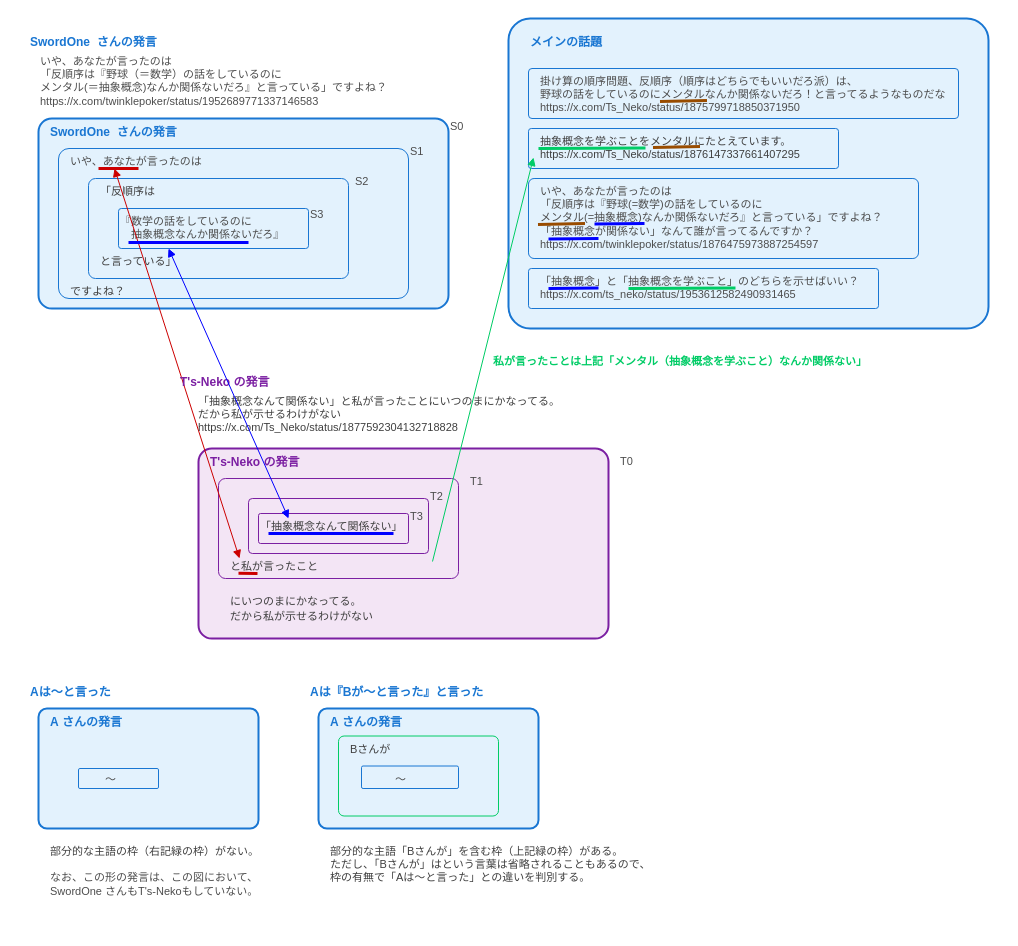
Earlier version of the draw.io diagram X-conversation/swordone/files/structure2.drawio (Takakiriy/documents). Source tidied: cells renumbered, new cells numbered last; positions are measured from the earlier drawing's top-left corner, leaving out a move shared by most shapes. Both pictures are drawn from the tidied source at 100%, with x=0, y=0 at pixel (18, 18).
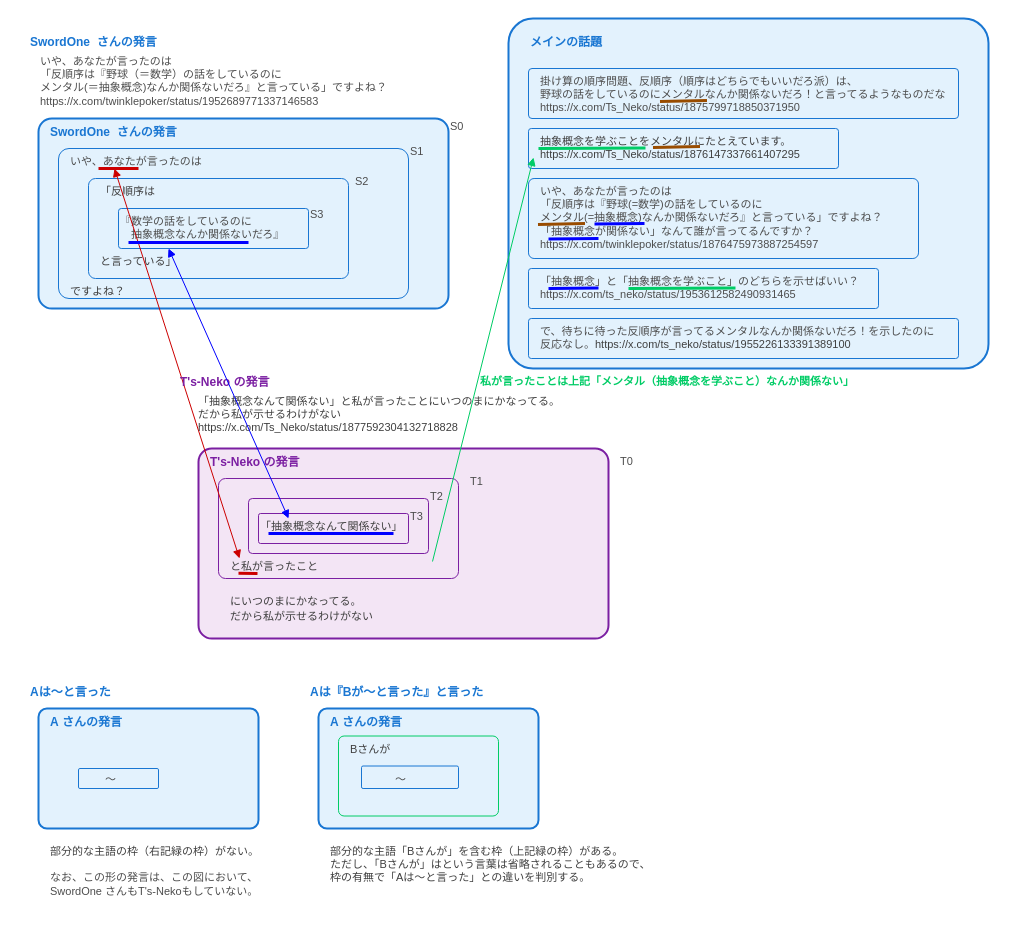
The same page after the edit.

Diff of the diagram source:
```diff
@@
     <mxCell id="32" style="rounded=1;whiteSpace=wrap;html=1;fillColor=#E3F2FD;strokeColor=#1976D2;strokeWidth=2;arcSize=7;" parent="1" vertex="1">
-      <mxGeometry x="490" width="480" height="310" as="geometry" />
+      <mxGeometry x="490" width="480" height="350" as="geometry" />
     </mxCell>
@@
     <mxCell id="49" value="私が言ったことは上記「メンタル（抽象概念を学ぶこと）なんか関係ない」" style="text;html=1;strokeColor=none;fillColor=none;align=left;verticalAlign=top;whiteSpace=wrap;rounded=0;fontSize=11;fontColor=#00CC66;fontStyle=1;" parent="1" vertex="1">
-      <mxGeometry x="473" y="330" width="387" height="30" as="geometry" />
+      <mxGeometry x="460" y="350" width="387" height="30" as="geometry" />
     </mxCell>
@@
+    <mxCell id="77" style="rounded=1;whiteSpace=wrap;html=1;fillColor=none;strokeColor=#1976D2;strokeWidth=1;arcSize=7;" parent="1" vertex="1">
+      <mxGeometry x="510" y="300" width="430" height="40" as="geometry" />
+    </mxCell>
+    <mxCell id="78" value="&lt;span style=&quot;font-size: 11px;&quot;&gt;で、待ちに待った反順序が言ってるメンタルなんか関係ないだろ！を示したのに&lt;/span&gt;&lt;div&gt;&lt;span style=&quot;font-size: 11px;&quot;&gt;反応なし。&lt;/span&gt;&lt;span style=&quot;color: rgb(63, 63, 63); background-color: transparent;&quot;&gt;https://x.com/ts_neko/status/1955226133391389100&lt;/span&gt;&lt;/div&gt;" style="text;html=1;strokeColor=none;fillColor=none;align=left;verticalAlign=top;whiteSpace=wrap;rounded=0;fontSize=11;fontColor=#4D4D4D;" parent="1" vertex="1">
+      <mxGeometry x="520" y="300" width="410" height="40" as="geometry" />
+    </mxCell>
```
